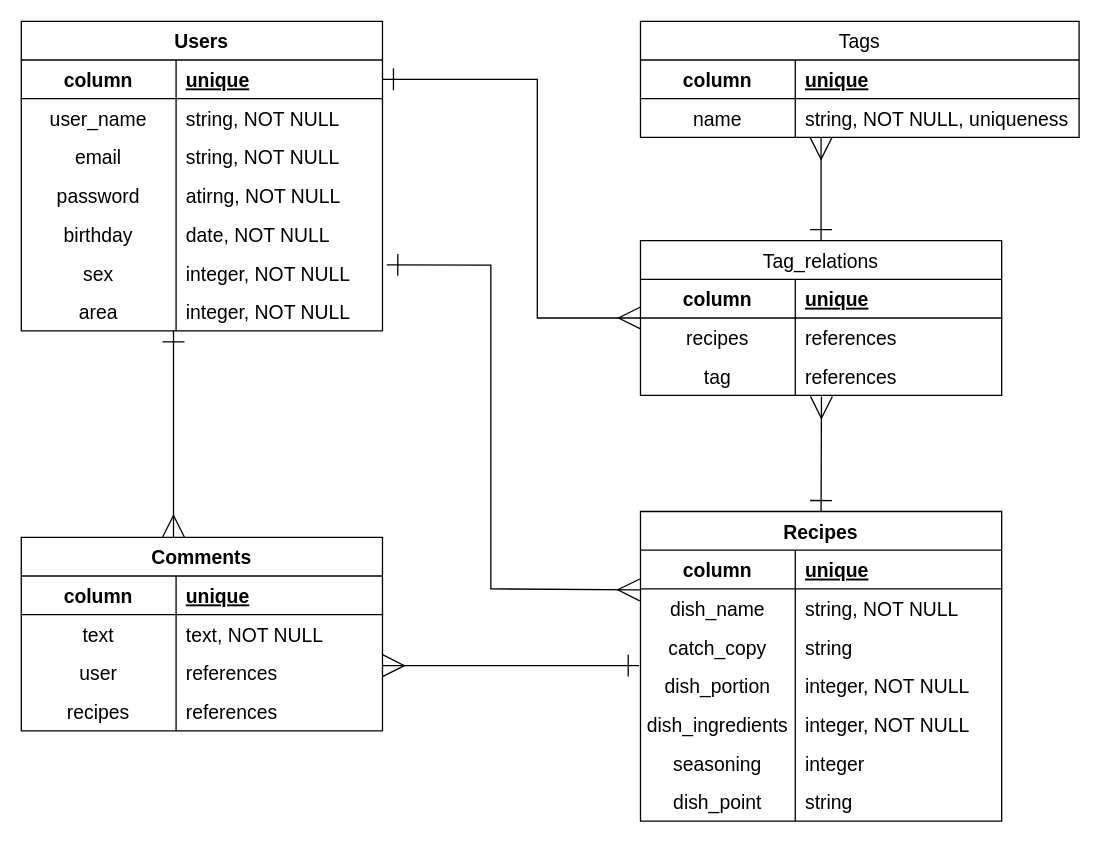
The draw.io diagram ER.dio in shige1128/RAcook, before the edit. Source tidied: cells renumbered, new cells numbered last; positions are measured from the earlier drawing's top-left corner, leaving out a move shared by most shapes. Both pictures are drawn from the tidied source at 129%, with x=0, y=0 at pixel (21, 21).
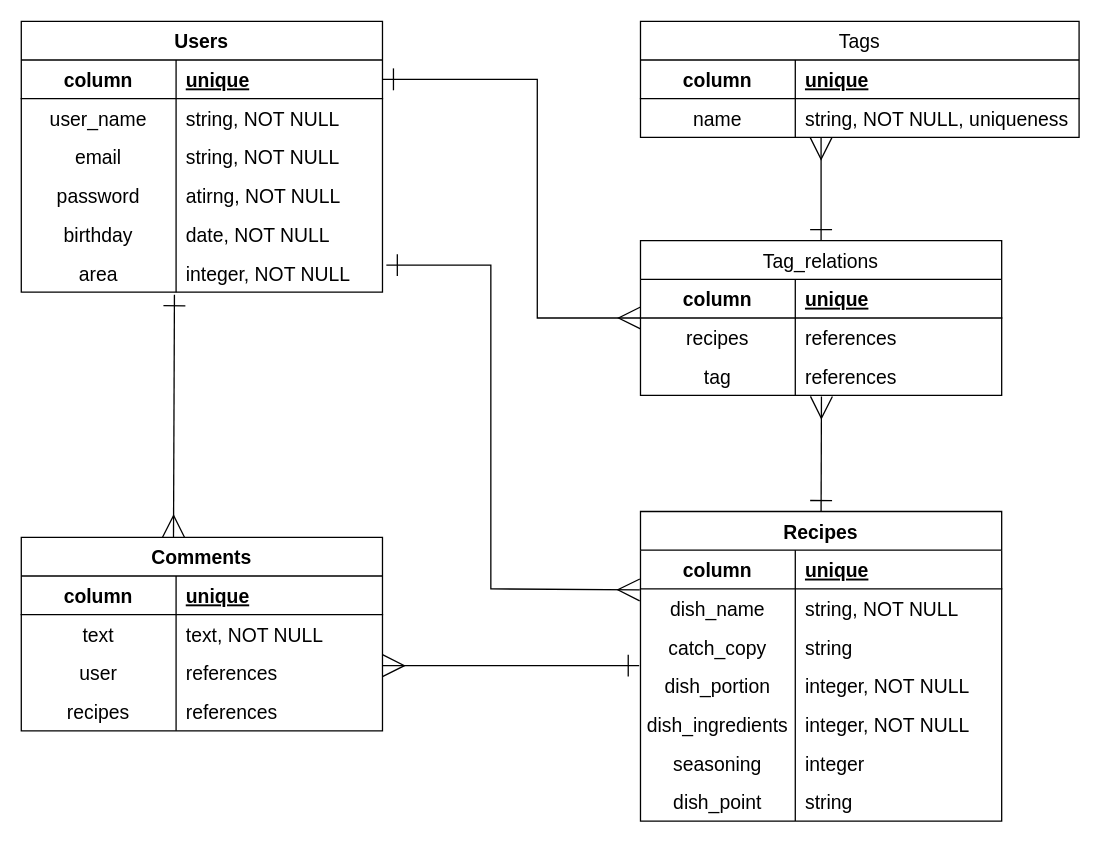
After the change.

The change refers to these unchanged cells:
```xml
<mxCell id="28" style="shape=partialRectangle;fillColor=none;top=0;left=0;bottom=0;right=0;points=[[0,0.5],[1,0.5]];portConstraint=eastwest;" parent="24" vertex="1">
  <mxGeometry y="60" width="280" height="30" as="geometry" />
</mxCell>
```

Change to the diagram source:
```diff
@@
     <mxCell id="2" value="Users" style="shape=table;startSize=30;childLayout=tableLayout;rowLines=0;fontStyle=1;align=center;fontSize=15;" parent="1" vertex="1">
-      <mxGeometry width="280" height="240" as="geometry" />
+      <mxGeometry width="280" height="210" as="geometry" />
     </mxCell>
@@
-    <mxCell id="18" style="shape=partialRectangle;fillColor=none;top=0;left=0;bottom=0;right=0;points=[[0,0.5],[1,0.5]];portConstraint=eastwest;" parent="2" vertex="1">
-      <mxGeometry y="180" width="280" height="30" as="geometry" />
-    </mxCell>
-    <mxCell id="19" value="sex" style="shape=partialRectangle;fillColor=none;top=0;left=0;bottom=0;right=0;overflow=hidden;fontSize=15;labelPosition=center;verticalLabelPosition=middle;align=center;verticalAlign=middle;" parent="18" vertex="1">
-      <mxGeometry width="120" height="30" as="geometry" />
-    </mxCell>
-    <mxCell id="20" value="integer, NOT NULL" style="shape=partialRectangle;fillColor=none;top=0;left=0;bottom=0;right=0;align=left;spacingLeft=6;overflow=hidden;fontSize=15;" parent="18" vertex="1">
-      <mxGeometry x="120" width="160" height="30" as="geometry" />
-    </mxCell>
     <mxCell id="21" style="shape=partialRectangle;fillColor=none;top=0;left=0;bottom=0;right=0;points=[[0,0.5],[1,0.5]];portConstraint=eastwest;" parent="2" vertex="1">
-      <mxGeometry y="210" width="280" height="30" as="geometry" />
+      <mxGeometry y="180" width="280" height="30" as="geometry" />
     </mxCell>
@@
-    <mxCell id="78" style="edgeStyle=none;rounded=0;orthogonalLoop=1;jettySize=auto;html=1;fontSize=15;endSize=15;startSize=15;startArrow=ERone;startFill=0;endArrow=ERmany;endFill=0;" parent="1" edge="1">
+    <mxCell id="78" style="edgeStyle=none;rounded=0;jettySize=auto;html=1;fontSize=15;endSize=15;startSize=15;startArrow=ERone;startFill=0;endArrow=ERmany;endFill=0;exitX=0.424;exitY=1.067;exitDx=0;exitDy=0;exitPerimeter=0;" parent="1" edge="1" source="21">
       <mxGeometry relative="1" as="geometry">
-        <mxPoint x="118" y="240" as="sourcePoint" />
         <mxPoint x="118" y="400" as="targetPoint" />
       </mxGeometry>
     </mxCell>
@@
-    <mxCell id="81" style="edgeStyle=none;rounded=0;jettySize=auto;html=1;exitX=1.012;exitY=0.293;exitDx=0;exitDy=0;fontSize=15;endSize=15;startSize=15;startArrow=ERone;startFill=0;endArrow=ERmany;endFill=0;exitPerimeter=0;entryX=-0.002;entryY=0.027;entryDx=0;entryDy=0;entryPerimeter=0;" parent="1" edge="1" source="18" target="28">
+    <mxCell id="81" style="edgeStyle=none;rounded=0;jettySize=auto;html=1;fontSize=15;endSize=15;startSize=15;startArrow=ERone;startFill=0;endArrow=ERmany;endFill=0;entryX=-0.002;entryY=0.027;entryDx=0;entryDy=0;entryPerimeter=0;" parent="1" edge="1" target="28">
       <mxGeometry relative="1" as="geometry">
+        <mxPoint x="283" y="189" as="sourcePoint" />
         <Array as="points">
           <mxPoint x="364" y="189" />
           <mxPoint x="364" y="440" />
         </Array>
       </mxGeometry>
     </mxCell>
```
